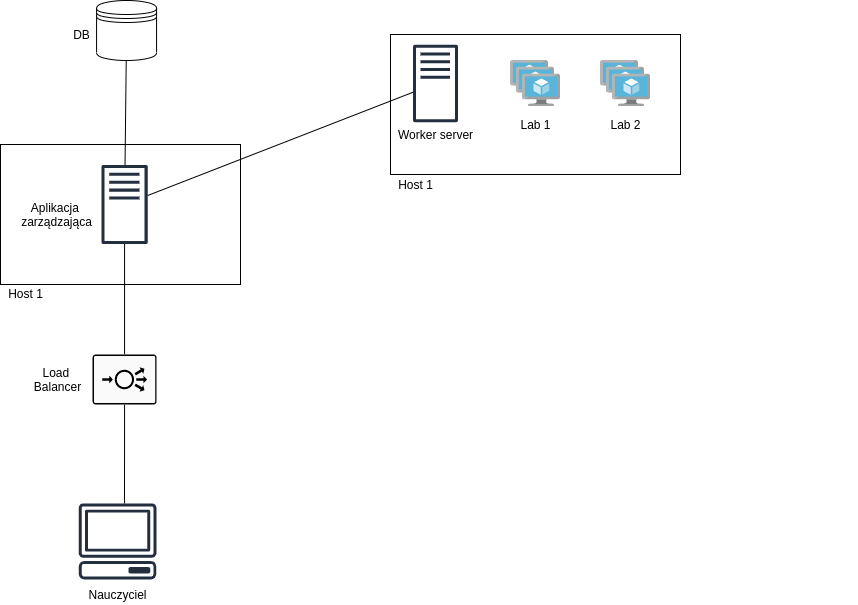
Before: img/arch2.png, a diagram exported from draw.io (VM-Lab-Automation/Presentation). Source tidied: cells renumbered, new cells last; positions are measured from the earlier drawing's top-left corner, leaving out a move shared by most shapes.
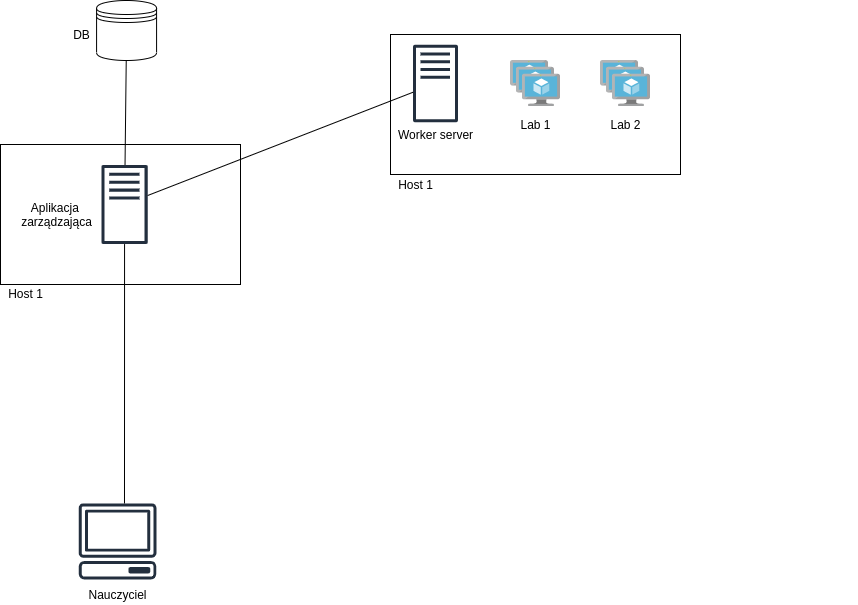
Later version of the same file.

Commit message:
arch and gifs improvements

The edit, as a diff of the source:
```diff
@@ -56,21 +56,12 @@
     <mxCell id="19" style="fontColor=#232F3E;gradientColor=none;strokeColor=none;dashed=0;verticalLabelPosition=bottom;verticalAlign=top;align=center;html=1;fontSize=12;fontStyle=0;shape=mxgraph.aws4.client;fillColor=none;" parent="1" vertex="1">
       <mxGeometry x="779" y="14" width="78" height="76" as="geometry" />
     </mxCell>
-    <mxCell id="20" style="endArrow=none;html=1;exitX=0.589;exitY=0;exitDx=0;exitDy=0;exitPerimeter=0;entryX=0.5;entryY=1;entryDx=0;entryDy=0;entryPerimeter=0;" parent="1" edge="1" source="13" target="21">
+    <mxCell id="20" style="endArrow=none;html=1;exitX=0.589;exitY=0;exitDx=0;exitDy=0;exitPerimeter=0;" parent="1" edge="1" source="13" target="4">
       <mxGeometry relative="1" as="geometry" />
     </mxCell>
-    <mxCell id="21" style="points=[[0.015,0.015,0],[0.985,0.015,0],[0.985,0.985,0],[0.015,0.985,0],[0.25,0,0],[0.5,0,0],[0.75,0,0],[1,0.25,0],[1,0.5,0],[1,0.75,0],[0.75,1,0],[0.5,1,0],[0.25,1,0],[0,0.75,0],[0,0.5,0],[0,0.25,0]];verticalLabelPosition=bottom;html=1;verticalAlign=top;align=center;shape=mxgraph.cisco19.rect;prIcon=load_balancer;fillColor=#FAFAFA;direction=east;" parent="1" vertex="1">
-      <mxGeometry x="92.1" y="354" width="64" height="50" as="geometry" />
-    </mxCell>
-    <mxCell id="22" style="endArrow=none;html=1;exitX=0.5;exitY=0;exitDx=0;exitDy=0;exitPerimeter=0;" parent="1" edge="1" source="21" target="4">
-      <mxGeometry relative="1" as="geometry" />
-    </mxCell>
     <mxCell id="23" style="endArrow=none;html=1;" parent="1" edge="1" source="4" target="7">
       <mxGeometry relative="1" as="geometry" />
     </mxCell>
-    <mxCell id="24" value="Load &lt;br&gt;Balancer" style="text;html=1;align=center;verticalAlign=middle;" parent="1" vertex="1">
-      <mxGeometry x="27.1" y="364" width="60" height="30" as="geometry" />
-    </mxCell>
     <mxCell id="25" style="fontColor=#232F3E;gradientColor=none;strokeColor=none;dashed=0;verticalLabelPosition=bottom;verticalAlign=top;align=center;html=1;fontSize=12;fontStyle=0;shape=mxgraph.aws4.client;fillColor=none;" parent="1" vertex="1">
       <mxGeometry x="779" y="184" width="78" height="76" as="geometry" />
     </mxCell>
```
